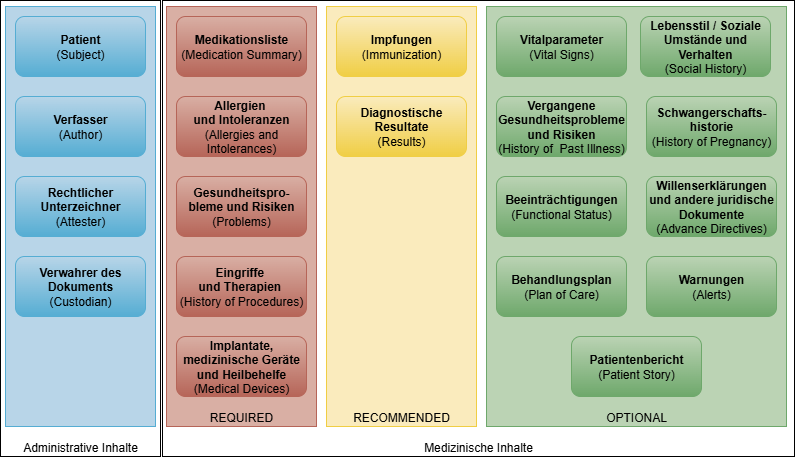
This is r4-ELGA-AustrianPatientSummary-update-general-narrative/APS_Sections.drawio.png from HL7Austria/hl7austria.github.io, a draw.io export, as it was before one commit. Source tidied: cells renumbered, new cells last; positions are measured from the earlier drawing's top-left corner, leaving out a move shared by most shapes. Its diagram source:
```xml
<mxGraphModel>
  <root>
    <mxCell id="0" />
    <mxCell id="1" parent="0" />
    <mxCell id="2" value="Administrative Inhalte" style="rounded=0;whiteSpace=wrap;html=1;verticalAlign=bottom;" parent="1" vertex="1">
      <mxGeometry width="160" height="456" as="geometry" />
    </mxCell>
    <mxCell id="3" value="Medizinische Inhalte" style="rounded=0;whiteSpace=wrap;html=1;verticalAlign=bottom;" parent="1" vertex="1">
      <mxGeometry x="162" width="632" height="456" as="geometry" />
    </mxCell>
    <mxCell id="4" style="rounded=0;whiteSpace=wrap;html=1;verticalAlign=bottom;strokeColor=#55add3;fillColor=#b8d5e8;" parent="1" vertex="1">
      <mxGeometry x="5" y="6" width="150" height="420" as="geometry" />
    </mxCell>
    <mxCell id="5" value="RECOMMENDED" style="rounded=0;whiteSpace=wrap;html=1;verticalAlign=bottom;strokeColor=#f0ce44;fillColor=#faebbd;" parent="1" vertex="1">
      <mxGeometry x="326" y="6" width="150" height="420" as="geometry" />
    </mxCell>
    <mxCell id="6" value="OPTIONAL" style="rounded=0;whiteSpace=wrap;html=1;verticalAlign=bottom;strokeColor=#6ea86b;fillColor=#bbd3b4;" parent="1" vertex="1">
      <mxGeometry x="486" y="6" width="300" height="420" as="geometry" />
    </mxCell>
    <mxCell id="7" value="REQUIRED" style="rounded=0;whiteSpace=wrap;html=1;verticalAlign=bottom;strokeColor=#b66558;fillColor=#d9afa4;" parent="1" vertex="1">
      <mxGeometry x="166" y="6" width="150" height="420" as="geometry" />
    </mxCell>
    <mxCell id="8" value="&lt;b&gt;&lt;a href=&quot;StructureDefinition-at-aps-patient.html&quot;&gt;Patient&lt;/a&gt;&lt;/b&gt;&lt;div&gt;(Subject)&lt;/div&gt;" style="rounded=1;whiteSpace=wrap;html=1;fillColor=#b8d5e8;gradientColor=#55add3;strokeColor=#55add3;align=center;verticalAlign=middle;fontFamily=Helvetica;fontSize=12;fontColor=default;" parent="1" vertex="1">
      <mxGeometry x="15" y="16" width="130" height="60" as="geometry" />
    </mxCell>
    <mxCell id="9" value="&lt;div&gt;&lt;b&gt;&lt;a href=&quot;StructureDefinition-at-aps-composition-definitions.html#Composition.attester&quot;&gt;Rechtlicher Unterzeichner&lt;/a&gt;&lt;/b&gt;&lt;/div&gt;&lt;div&gt;(Attester)&lt;/div&gt;" style="rounded=1;whiteSpace=wrap;html=1;fillColor=#b8d5e8;gradientColor=#55add3;strokeColor=#55add3;align=center;verticalAlign=middle;fontFamily=Helvetica;fontSize=12;fontColor=default;" parent="1" vertex="1">
      <mxGeometry x="15" y="176" width="130" height="60" as="geometry" />
    </mxCell>
    <mxCell id="10" value="&lt;b&gt;&lt;a href=&quot;StructureDefinition-at-aps-composition-definitions.html#Composition.author&quot;&gt;Verfasser&lt;/a&gt;&lt;/b&gt;&lt;div&gt;(Author)&lt;/div&gt;" style="rounded=1;whiteSpace=wrap;html=1;fillColor=#b8d5e8;gradientColor=#55add3;strokeColor=#55add3;align=center;verticalAlign=middle;fontFamily=Helvetica;fontSize=12;fontColor=default;" parent="1" vertex="1">
      <mxGeometry x="15" y="96" width="130" height="60" as="geometry" />
    </mxCell>
    <mxCell id="11" value="&lt;div&gt;&lt;b&gt;&lt;a href=&quot;StructureDefinition-at-aps-composition-definitions.html#Composition.custodian&quot;&gt;Verwahrer des Dokuments&lt;/a&gt;&lt;/b&gt;&lt;/div&gt;(Custodian)" style="rounded=1;whiteSpace=wrap;html=1;fillColor=#b8d5e8;gradientColor=#55add3;strokeColor=#55add3;align=center;verticalAlign=middle;fontFamily=Helvetica;fontSize=12;fontColor=default;" parent="1" vertex="1">
      <mxGeometry x="15" y="256" width="130" height="60" as="geometry" />
    </mxCell>
    <mxCell id="12" value="&lt;b&gt;&lt;a href=&quot;StructureDefinition-at-aps-composition-definitions.html#Composition.section:sectionMedications&quot;&gt;Medikationsliste&lt;/a&gt;&lt;/b&gt;&lt;div&gt;(Medication Summary)&lt;/div&gt;" style="rounded=1;whiteSpace=wrap;html=1;fillColor=#d9afa4;gradientColor=#b66558;strokeColor=#b66558;" parent="1" vertex="1">
      <mxGeometry x="176" y="16" width="130" height="60" as="geometry" />
    </mxCell>
    <mxCell id="13" value="&lt;b&gt;&lt;a href=&quot;StructureDefinition-at-aps-composition-definitions.html#Composition.section:sectionAllergies&quot;&gt;Allergien&amp;nbsp;&lt;/a&gt;&lt;/b&gt;&lt;div&gt;&lt;b&gt;&lt;a href=&quot;StructureDefinition-at-aps-composition-definitions.html#Composition.section:sectionAllergies&quot;&gt;und Intoleranzen&lt;/a&gt;&lt;/b&gt;&lt;div&gt;(Allergies and Intolerances)&lt;/div&gt;&lt;/div&gt;" style="rounded=1;whiteSpace=wrap;html=1;fillColor=#d9afa4;gradientColor=#b66558;strokeColor=#b66558;align=center;verticalAlign=middle;fontFamily=Helvetica;fontSize=12;fontColor=default;" parent="1" vertex="1">
      <mxGeometry x="176" y="96" width="130" height="60" as="geometry" />
    </mxCell>
    <mxCell id="14" value="&lt;b&gt;&lt;a href=&quot;StructureDefinition-at-aps-composition-definitions.html#Composition.section:sectionImmunizations&quot;&gt;Impfungen&lt;/a&gt; &lt;/b&gt;(Immunization)" style="rounded=1;whiteSpace=wrap;html=1;fillColor=#faebbd;gradientColor=#f0ce44;strokeColor=#f0ce44;" parent="1" vertex="1">
      <mxGeometry x="336" y="16" width="130" height="60" as="geometry" />
    </mxCell>
    <mxCell id="15" value="&lt;b&gt;&lt;a href=&quot;StructureDefinition-at-aps-composition-definitions.html#Composition.section:sectionResults&quot;&gt;Diagnostische Resultate&lt;/a&gt;&lt;/b&gt;&lt;div&gt;(Results)&lt;/div&gt;" style="rounded=1;whiteSpace=wrap;html=1;fillColor=#faebbd;gradientColor=#f0ce44;strokeColor=#f0ce44;align=center;verticalAlign=middle;fontFamily=Helvetica;fontSize=12;fontColor=default;" parent="1" vertex="1">
      <mxGeometry x="336" y="96" width="130" height="60" as="geometry" />
    </mxCell>
    <mxCell id="16" value="&lt;b&gt;&lt;a href=&quot;StructureDefinition-at-aps-composition-definitions.html#Composition.section:sectionVitalSigns&quot;&gt;Vitalparameter&lt;/a&gt;&lt;/b&gt;&lt;div&gt;(Vital Signs)&lt;/div&gt;" style="rounded=1;whiteSpace=wrap;html=1;fillColor=#bbd3b4;strokeColor=#6ea86b;gradientColor=#6ea86b;" parent="1" vertex="1">
      <mxGeometry x="496" y="16" width="130" height="60" as="geometry" />
    </mxCell>
    <mxCell id="17" value="&lt;b&gt;&lt;a href=&quot;StructureDefinition-at-aps-composition-definitions.html#Composition.section:sectionPregnancyHx&quot;&gt;Schwangerschafts-historie&lt;/a&gt;&lt;/b&gt;&lt;div&gt;(History of Pregnancy)&lt;/div&gt;" style="rounded=1;whiteSpace=wrap;html=1;fillColor=#bbd3b4;strokeColor=#6ea86b;gradientColor=#6ea86b;align=center;verticalAlign=middle;fontFamily=Helvetica;fontSize=12;fontColor=default;" parent="1" vertex="1">
      <mxGeometry x="646" y="96" width="130" height="60" as="geometry" />
    </mxCell>
    <mxCell id="18" value="&lt;b&gt;&lt;a href=&quot;StructureDefinition-at-aps-composition-definitions.html#Composition.section:sectionPastIllnessHx&quot;&gt;Vergangene Gesundheitsprobleme und Risiken&lt;/a&gt;&lt;/b&gt;&lt;div&gt;(History of&amp;nbsp; Past Illness)&lt;/div&gt;" style="rounded=1;whiteSpace=wrap;html=1;fillColor=#bbd3b4;strokeColor=#6ea86b;gradientColor=#6ea86b;align=center;verticalAlign=middle;fontFamily=Helvetica;fontSize=12;fontColor=default;" parent="1" vertex="1">
      <mxGeometry x="496" y="96" width="130" height="60" as="geometry" />
    </mxCell>
    <mxCell id="19" value="&lt;b&gt;&lt;a href=&quot;StructureDefinition-at-aps-composition-definitions.html#Composition.section:sectionSocialHistory&quot;&gt;Lebensstil / Soziale Umstände und Verhalten&lt;/a&gt;&lt;/b&gt;&lt;div&gt;(Social History)&lt;/div&gt;" style="rounded=1;whiteSpace=wrap;html=1;fillColor=#bbd3b4;strokeColor=#6ea86b;gradientColor=#6ea86b;align=center;verticalAlign=middle;fontFamily=Helvetica;fontSize=12;fontColor=default;" parent="1" vertex="1">
      <mxGeometry x="640" y="16" width="130" height="60" as="geometry" />
    </mxCell>
    <mxCell id="20" value="&lt;b&gt;&lt;a href=&quot;StructureDefinition-at-aps-composition-definitions.html#Composition.section:sectionFunctionalStatus&quot;&gt;Beeinträchtigungen&lt;/a&gt;&lt;/b&gt;&lt;div&gt;(Functional Status)&lt;/div&gt;" style="rounded=1;whiteSpace=wrap;html=1;fillColor=#bbd3b4;strokeColor=#6ea86b;align=center;verticalAlign=middle;fontFamily=Helvetica;fontSize=12;fontColor=default;gradientColor=#6ea86b;" parent="1" vertex="1">
      <mxGeometry x="496" y="176" width="130" height="60" as="geometry" />
    </mxCell>
    <mxCell id="21" value="&lt;b&gt;&lt;a href=&quot;StructureDefinition-at-aps-composition-definitions.html#Composition.section:sectionAdvanceDirectives&quot;&gt;Willenserklärungen und andere juridische Dokumente&lt;/a&gt;&lt;/b&gt;&lt;div&gt;&lt;span style=&quot;background-color: initial;&quot;&gt;(Advance Directives)&lt;/span&gt;&lt;/div&gt;" style="rounded=1;whiteSpace=wrap;html=1;fillColor=#bbd3b4;strokeColor=#6ea86b;gradientColor=#6ea86b;align=center;verticalAlign=middle;fontFamily=Helvetica;fontSize=12;fontColor=default;" parent="1" vertex="1">
      <mxGeometry x="646" y="176" width="130" height="60" as="geometry" />
    </mxCell>
    <mxCell id="22" value="&lt;b&gt;&lt;a href=&quot;StructureDefinition-at-aps-composition-definitions.html#Composition.section:sectionPlanOfCare&quot;&gt;Behandlungsplan&lt;/a&gt;&lt;/b&gt;&lt;div&gt;(Plan of Care)&lt;/div&gt;" style="rounded=1;whiteSpace=wrap;html=1;fillColor=#bbd3b4;strokeColor=#6ea86b;gradientColor=#6ea86b;align=center;verticalAlign=middle;fontFamily=Helvetica;fontSize=12;fontColor=default;" parent="1" vertex="1">
      <mxGeometry x="496" y="256" width="130" height="60" as="geometry" />
    </mxCell>
    <mxCell id="23" value="&lt;a href=&quot;StructureDefinition-at-aps-composition-definitions.html#Composition.section:sectionProblems&quot;&gt;&lt;b&gt;Gesundheitspro-bleme&amp;nbsp;&lt;/b&gt;&lt;b style=&quot;background-color: initial;&quot;&gt;und Risiken&lt;/b&gt;&lt;/a&gt;&lt;span style=&quot;background-color: initial;&quot;&gt; (Problems)&lt;/span&gt;" style="rounded=1;whiteSpace=wrap;html=1;fillColor=#d9afa4;gradientColor=#b66558;strokeColor=#b66558;align=center;verticalAlign=middle;fontFamily=Helvetica;fontSize=12;fontColor=default;" parent="1" vertex="1">
      <mxGeometry x="176" y="176" width="130" height="60" as="geometry" />
    </mxCell>
    <mxCell id="24" value="&lt;b&gt;&lt;a href=&quot;StructureDefinition-at-aps-composition-definitions.html#Composition.section:sectionAlerts&quot;&gt;Warnungen&lt;/a&gt;&lt;/b&gt;&lt;div&gt; (Alerts)&lt;/div&gt;" style="rounded=1;whiteSpace=wrap;html=1;fillColor=#bbd3b4;strokeColor=#6ea86b;gradientColor=#6ea86b;align=center;verticalAlign=middle;fontFamily=Helvetica;fontSize=12;fontColor=default;" parent="1" vertex="1">
      <mxGeometry x="646" y="256" width="130" height="60" as="geometry" />
    </mxCell>
    <mxCell id="25" value="&lt;b&gt;&lt;a href=&quot;StructureDefinition-at-aps-composition-definitions.html#Composition.section:sectionPatientStory&quot;&gt;Patientenbericht&lt;/a&gt;&lt;/b&gt;&lt;div&gt;(Patient Story)&lt;/div&gt;" style="rounded=1;whiteSpace=wrap;html=1;fillColor=#bbd3b4;strokeColor=#6ea86b;gradientColor=#6ea86b;align=center;verticalAlign=middle;fontFamily=Helvetica;fontSize=12;fontColor=default;" parent="1" vertex="1">
      <mxGeometry x="571" y="336" width="130" height="60" as="geometry" />
    </mxCell>
    <mxCell id="26" value="&lt;b&gt;&lt;a href=&quot;StructureDefinition-at-aps-composition-definitions.html#Composition.section:sectionProceduresHx&quot;&gt;Eingriffe&amp;nbsp;&lt;/a&gt;&lt;/b&gt;&lt;div&gt;&lt;b&gt;&lt;a href=&quot;StructureDefinition-at-aps-composition-definitions.html#Composition.section:sectionProceduresHx&quot;&gt;und Therapien&lt;/a&gt;&amp;nbsp;&lt;/b&gt;&lt;div&gt;(History of&amp;nbsp;Procedures)&lt;/div&gt;&lt;/div&gt;" style="rounded=1;whiteSpace=wrap;html=1;fillColor=#d9afa4;gradientColor=#b66558;strokeColor=#b66558;align=center;verticalAlign=middle;fontFamily=Helvetica;fontSize=12;fontColor=default;" parent="1" vertex="1">
      <mxGeometry x="176" y="256" width="130" height="60" as="geometry" />
    </mxCell>
    <mxCell id="27" value="&lt;b&gt;&lt;a href=&quot;StructureDefinition-at-aps-composition-definitions.html#Composition.section:sectionMedicalDevices&quot;&gt;Implantate, medizinische Geräte und Heilbehelfe&lt;/a&gt;&lt;/b&gt;&lt;div&gt;(Medical Devices)&lt;/div&gt;" style="rounded=1;whiteSpace=wrap;html=1;fillColor=#d9afa4;gradientColor=#b66558;strokeColor=#b66558;align=center;verticalAlign=middle;fontFamily=Helvetica;fontSize=12;fontColor=default;" parent="1" vertex="1">
      <mxGeometry x="176" y="336" width="130" height="60" as="geometry" />
    </mxCell>
  </root>
</mxGraphModel>
```
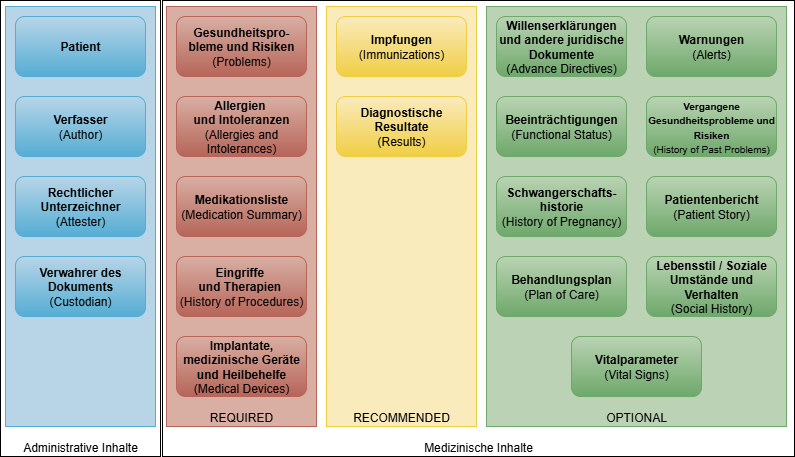
The same file after the commit.

What changed in the source:
```diff
@@ -20,7 +20,7 @@
     <mxCell id="7" value="REQUIRED" style="rounded=0;whiteSpace=wrap;html=1;verticalAlign=bottom;strokeColor=#b66558;fillColor=#d9afa4;" parent="1" vertex="1">
       <mxGeometry x="166" y="6" width="150" height="420" as="geometry" />
     </mxCell>
-    <mxCell id="8" value="&lt;b&gt;&lt;a href=&quot;StructureDefinition-at-aps-patient.html&quot;&gt;Patient&lt;/a&gt;&lt;/b&gt;&lt;div&gt;(Subject)&lt;/div&gt;" style="rounded=1;whiteSpace=wrap;html=1;fillColor=#b8d5e8;gradientColor=#55add3;strokeColor=#55add3;align=center;verticalAlign=middle;fontFamily=Helvetica;fontSize=12;fontColor=default;" parent="1" vertex="1">
+    <mxCell id="8" value="&lt;b&gt;&lt;a href=&quot;StructureDefinition-at-aps-patient.html&quot;&gt;Patient&lt;/a&gt;&lt;/b&gt;" style="rounded=1;whiteSpace=wrap;html=1;fillColor=#b8d5e8;gradientColor=#55add3;strokeColor=#55add3;align=center;verticalAlign=middle;fontFamily=Helvetica;fontSize=12;fontColor=default;" parent="1" vertex="1">
       <mxGeometry x="15" y="16" width="130" height="60" as="geometry" />
     </mxCell>
     <mxCell id="9" value="&lt;div&gt;&lt;b&gt;&lt;a href=&quot;StructureDefinition-at-aps-composition-definitions.html#Composition.attester&quot;&gt;Rechtlicher Unterzeichner&lt;/a&gt;&lt;/b&gt;&lt;/div&gt;&lt;div&gt;(Attester)&lt;/div&gt;" style="rounded=1;whiteSpace=wrap;html=1;fillColor=#b8d5e8;gradientColor=#55add3;strokeColor=#55add3;align=center;verticalAlign=middle;fontFamily=Helvetica;fontSize=12;fontColor=default;" parent="1" vertex="1">
@@ -33,46 +33,46 @@
       <mxGeometry x="15" y="256" width="130" height="60" as="geometry" />
     </mxCell>
     <mxCell id="12" value="&lt;b&gt;&lt;a href=&quot;StructureDefinition-at-aps-composition-definitions.html#Composition.section:sectionMedications&quot;&gt;Medikationsliste&lt;/a&gt;&lt;/b&gt;&lt;div&gt;(Medication Summary)&lt;/div&gt;" style="rounded=1;whiteSpace=wrap;html=1;fillColor=#d9afa4;gradientColor=#b66558;strokeColor=#b66558;" parent="1" vertex="1">
-      <mxGeometry x="176" y="16" width="130" height="60" as="geometry" />
+      <mxGeometry x="176" y="176" width="130" height="60" as="geometry" />
     </mxCell>
     <mxCell id="13" value="&lt;b&gt;&lt;a href=&quot;StructureDefinition-at-aps-composition-definitions.html#Composition.section:sectionAllergies&quot;&gt;Allergien&amp;nbsp;&lt;/a&gt;&lt;/b&gt;&lt;div&gt;&lt;b&gt;&lt;a href=&quot;StructureDefinition-at-aps-composition-definitions.html#Composition.section:sectionAllergies&quot;&gt;und Intoleranzen&lt;/a&gt;&lt;/b&gt;&lt;div&gt;(Allergies and Intolerances)&lt;/div&gt;&lt;/div&gt;" style="rounded=1;whiteSpace=wrap;html=1;fillColor=#d9afa4;gradientColor=#b66558;strokeColor=#b66558;align=center;verticalAlign=middle;fontFamily=Helvetica;fontSize=12;fontColor=default;" parent="1" vertex="1">
       <mxGeometry x="176" y="96" width="130" height="60" as="geometry" />
     </mxCell>
-    <mxCell id="14" value="&lt;b&gt;&lt;a href=&quot;StructureDefinition-at-aps-composition-definitions.html#Composition.section:sectionImmunizations&quot;&gt;Impfungen&lt;/a&gt; &lt;/b&gt;(Immunization)" style="rounded=1;whiteSpace=wrap;html=1;fillColor=#faebbd;gradientColor=#f0ce44;strokeColor=#f0ce44;" parent="1" vertex="1">
+    <mxCell id="14" value="&lt;b&gt;&lt;a href=&quot;StructureDefinition-at-aps-composition-definitions.html#Composition.section:sectionImmunizations&quot;&gt;Impfungen&lt;/a&gt; &lt;/b&gt;(Immunizations)" style="rounded=1;whiteSpace=wrap;html=1;fillColor=#faebbd;gradientColor=#f0ce44;strokeColor=#f0ce44;" parent="1" vertex="1">
       <mxGeometry x="336" y="16" width="130" height="60" as="geometry" />
     </mxCell>
     <mxCell id="15" value="&lt;b&gt;&lt;a href=&quot;StructureDefinition-at-aps-composition-definitions.html#Composition.section:sectionResults&quot;&gt;Diagnostische Resultate&lt;/a&gt;&lt;/b&gt;&lt;div&gt;(Results)&lt;/div&gt;" style="rounded=1;whiteSpace=wrap;html=1;fillColor=#faebbd;gradientColor=#f0ce44;strokeColor=#f0ce44;align=center;verticalAlign=middle;fontFamily=Helvetica;fontSize=12;fontColor=default;" parent="1" vertex="1">
       <mxGeometry x="336" y="96" width="130" height="60" as="geometry" />
     </mxCell>
     <mxCell id="16" value="&lt;b&gt;&lt;a href=&quot;StructureDefinition-at-aps-composition-definitions.html#Composition.section:sectionVitalSigns&quot;&gt;Vitalparameter&lt;/a&gt;&lt;/b&gt;&lt;div&gt;(Vital Signs)&lt;/div&gt;" style="rounded=1;whiteSpace=wrap;html=1;fillColor=#bbd3b4;strokeColor=#6ea86b;gradientColor=#6ea86b;" parent="1" vertex="1">
-      <mxGeometry x="496" y="16" width="130" height="60" as="geometry" />
+      <mxGeometry x="571" y="336" width="130" height="60" as="geometry" />
     </mxCell>
     <mxCell id="17" value="&lt;b&gt;&lt;a href=&quot;StructureDefinition-at-aps-composition-definitions.html#Composition.section:sectionPregnancyHx&quot;&gt;Schwangerschafts-historie&lt;/a&gt;&lt;/b&gt;&lt;div&gt;(History of Pregnancy)&lt;/div&gt;" style="rounded=1;whiteSpace=wrap;html=1;fillColor=#bbd3b4;strokeColor=#6ea86b;gradientColor=#6ea86b;align=center;verticalAlign=middle;fontFamily=Helvetica;fontSize=12;fontColor=default;" parent="1" vertex="1">
-      <mxGeometry x="646" y="96" width="130" height="60" as="geometry" />
+      <mxGeometry x="496" y="176" width="130" height="60" as="geometry" />
     </mxCell>
-    <mxCell id="18" value="&lt;b&gt;&lt;a href=&quot;StructureDefinition-at-aps-composition-definitions.html#Composition.section:sectionPastIllnessHx&quot;&gt;Vergangene Gesundheitsprobleme und Risiken&lt;/a&gt;&lt;/b&gt;&lt;div&gt;(History of&amp;nbsp; Past Illness)&lt;/div&gt;" style="rounded=1;whiteSpace=wrap;html=1;fillColor=#bbd3b4;strokeColor=#6ea86b;gradientColor=#6ea86b;align=center;verticalAlign=middle;fontFamily=Helvetica;fontSize=12;fontColor=default;" parent="1" vertex="1">
-      <mxGeometry x="496" y="96" width="130" height="60" as="geometry" />
+    <mxCell id="18" value="&lt;b&gt;&lt;a href=&quot;StructureDefinition-at-aps-composition-definitions.html#Composition.section:sectionPastIllnessHx&quot;&gt;&lt;font style=&quot;font-size: 10px;&quot;&gt;Vergangene Gesundheitsprobleme und Risiken&lt;/font&gt;&lt;/a&gt;&lt;/b&gt;&lt;div&gt;&lt;font style=&quot;font-size: 10px;&quot;&gt;(History of Past Problems)&lt;/font&gt;&lt;/div&gt;" style="rounded=1;whiteSpace=wrap;html=1;fillColor=#bbd3b4;strokeColor=#6ea86b;gradientColor=#6ea86b;align=center;verticalAlign=middle;fontFamily=Helvetica;fontSize=12;fontColor=default;" parent="1" vertex="1">
+      <mxGeometry x="646" y="96" width="130" height="60" as="geometry" />
     </mxCell>
     <mxCell id="19" value="&lt;b&gt;&lt;a href=&quot;StructureDefinition-at-aps-composition-definitions.html#Composition.section:sectionSocialHistory&quot;&gt;Lebensstil / Soziale Umstände und Verhalten&lt;/a&gt;&lt;/b&gt;&lt;div&gt;(Social History)&lt;/div&gt;" style="rounded=1;whiteSpace=wrap;html=1;fillColor=#bbd3b4;strokeColor=#6ea86b;gradientColor=#6ea86b;align=center;verticalAlign=middle;fontFamily=Helvetica;fontSize=12;fontColor=default;" parent="1" vertex="1">
-      <mxGeometry x="640" y="16" width="130" height="60" as="geometry" />
+      <mxGeometry x="646" y="256" width="130" height="60" as="geometry" />
     </mxCell>
     <mxCell id="20" value="&lt;b&gt;&lt;a href=&quot;StructureDefinition-at-aps-composition-definitions.html#Composition.section:sectionFunctionalStatus&quot;&gt;Beeinträchtigungen&lt;/a&gt;&lt;/b&gt;&lt;div&gt;(Functional Status)&lt;/div&gt;" style="rounded=1;whiteSpace=wrap;html=1;fillColor=#bbd3b4;strokeColor=#6ea86b;align=center;verticalAlign=middle;fontFamily=Helvetica;fontSize=12;fontColor=default;gradientColor=#6ea86b;" parent="1" vertex="1">
-      <mxGeometry x="496" y="176" width="130" height="60" as="geometry" />
+      <mxGeometry x="496" y="96" width="130" height="60" as="geometry" />
     </mxCell>
     <mxCell id="21" value="&lt;b&gt;&lt;a href=&quot;StructureDefinition-at-aps-composition-definitions.html#Composition.section:sectionAdvanceDirectives&quot;&gt;Willenserklärungen und andere juridische Dokumente&lt;/a&gt;&lt;/b&gt;&lt;div&gt;&lt;span style=&quot;background-color: initial;&quot;&gt;(Advance Directives)&lt;/span&gt;&lt;/div&gt;" style="rounded=1;whiteSpace=wrap;html=1;fillColor=#bbd3b4;strokeColor=#6ea86b;gradientColor=#6ea86b;align=center;verticalAlign=middle;fontFamily=Helvetica;fontSize=12;fontColor=default;" parent="1" vertex="1">
-      <mxGeometry x="646" y="176" width="130" height="60" as="geometry" />
+      <mxGeometry x="496" y="16" width="130" height="60" as="geometry" />
     </mxCell>
     <mxCell id="22" value="&lt;b&gt;&lt;a href=&quot;StructureDefinition-at-aps-composition-definitions.html#Composition.section:sectionPlanOfCare&quot;&gt;Behandlungsplan&lt;/a&gt;&lt;/b&gt;&lt;div&gt;(Plan of Care)&lt;/div&gt;" style="rounded=1;whiteSpace=wrap;html=1;fillColor=#bbd3b4;strokeColor=#6ea86b;gradientColor=#6ea86b;align=center;verticalAlign=middle;fontFamily=Helvetica;fontSize=12;fontColor=default;" parent="1" vertex="1">
       <mxGeometry x="496" y="256" width="130" height="60" as="geometry" />
     </mxCell>
     <mxCell id="23" value="&lt;a href=&quot;StructureDefinition-at-aps-composition-definitions.html#Composition.section:sectionProblems&quot;&gt;&lt;b&gt;Gesundheitspro-bleme&amp;nbsp;&lt;/b&gt;&lt;b style=&quot;background-color: initial;&quot;&gt;und Risiken&lt;/b&gt;&lt;/a&gt;&lt;span style=&quot;background-color: initial;&quot;&gt; (Problems)&lt;/span&gt;" style="rounded=1;whiteSpace=wrap;html=1;fillColor=#d9afa4;gradientColor=#b66558;strokeColor=#b66558;align=center;verticalAlign=middle;fontFamily=Helvetica;fontSize=12;fontColor=default;" parent="1" vertex="1">
-      <mxGeometry x="176" y="176" width="130" height="60" as="geometry" />
+      <mxGeometry x="176" y="16" width="130" height="60" as="geometry" />
     </mxCell>
     <mxCell id="24" value="&lt;b&gt;&lt;a href=&quot;StructureDefinition-at-aps-composition-definitions.html#Composition.section:sectionAlerts&quot;&gt;Warnungen&lt;/a&gt;&lt;/b&gt;&lt;div&gt; (Alerts)&lt;/div&gt;" style="rounded=1;whiteSpace=wrap;html=1;fillColor=#bbd3b4;strokeColor=#6ea86b;gradientColor=#6ea86b;align=center;verticalAlign=middle;fontFamily=Helvetica;fontSize=12;fontColor=default;" parent="1" vertex="1">
-      <mxGeometry x="646" y="256" width="130" height="60" as="geometry" />
+      <mxGeometry x="646" y="16" width="130" height="60" as="geometry" />
     </mxCell>
     <mxCell id="25" value="&lt;b&gt;&lt;a href=&quot;StructureDefinition-at-aps-composition-definitions.html#Composition.section:sectionPatientStory&quot;&gt;Patientenbericht&lt;/a&gt;&lt;/b&gt;&lt;div&gt;(Patient Story)&lt;/div&gt;" style="rounded=1;whiteSpace=wrap;html=1;fillColor=#bbd3b4;strokeColor=#6ea86b;gradientColor=#6ea86b;align=center;verticalAlign=middle;fontFamily=Helvetica;fontSize=12;fontColor=default;" parent="1" vertex="1">
-      <mxGeometry x="571" y="336" width="130" height="60" as="geometry" />
+      <mxGeometry x="646" y="176" width="130" height="60" as="geometry" />
     </mxCell>
     <mxCell id="26" value="&lt;b&gt;&lt;a href=&quot;StructureDefinition-at-aps-composition-definitions.html#Composition.section:sectionProceduresHx&quot;&gt;Eingriffe&amp;nbsp;&lt;/a&gt;&lt;/b&gt;&lt;div&gt;&lt;b&gt;&lt;a href=&quot;StructureDefinition-at-aps-composition-definitions.html#Composition.section:sectionProceduresHx&quot;&gt;und Therapien&lt;/a&gt;&amp;nbsp;&lt;/b&gt;&lt;div&gt;(History of&amp;nbsp;Procedures)&lt;/div&gt;&lt;/div&gt;" style="rounded=1;whiteSpace=wrap;html=1;fillColor=#d9afa4;gradientColor=#b66558;strokeColor=#b66558;align=center;verticalAlign=middle;fontFamily=Helvetica;fontSize=12;fontColor=default;" parent="1" vertex="1">
       <mxGeometry x="176" y="256" width="130" height="60" as="geometry" />
```
